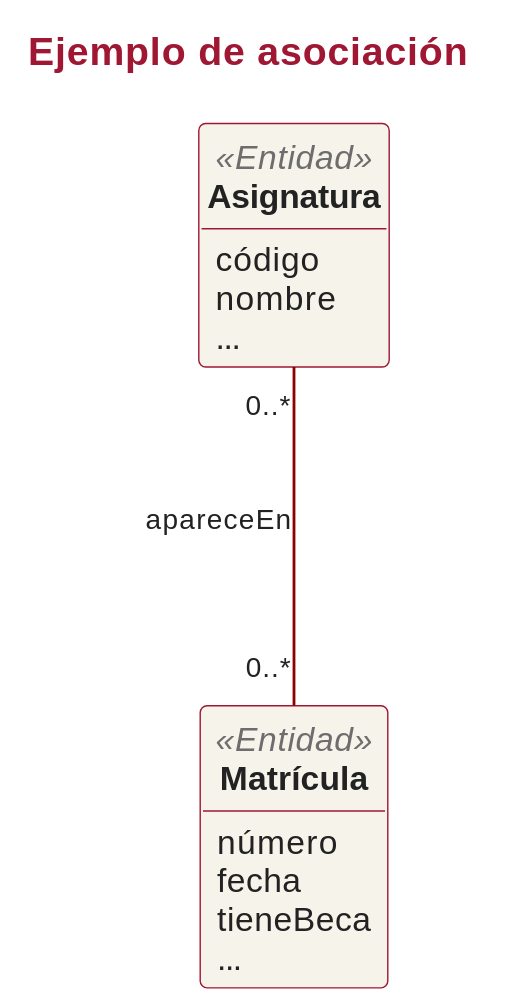
Earlier version of the PlantUML export assets/slides/iissi1/t6-introduccion-al-modelado-conceptual/puml/dc-ejemplo-asociacion.svg (IISSI-US/web).
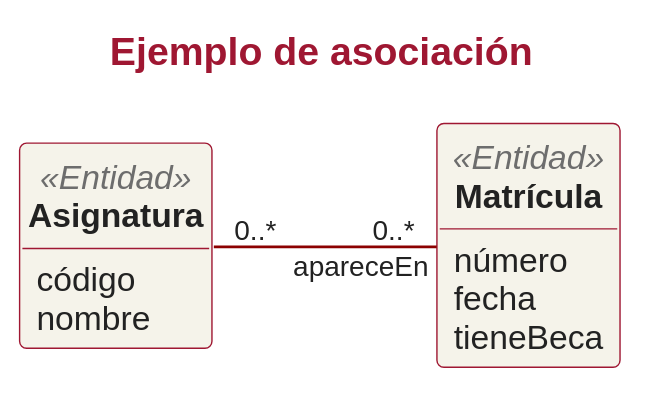
Above is the later version.

What changed in the source:
```diff
@@ -2,8 +2,14 @@
 title Ejemplo de asociación
 !include ../../puml/teoria.iuml
 
-!include Asignatura.iuml
-!include Matricula.iuml
-
-Asignatura "0..*" --- "0..*" Matrícula : apareceEn
+Class Asignatura << Entidad >>{
+código
+nombre
+}
+Class Matrícula << Entidad >>{
+número
+fecha
+tieneBeca
+}
+Asignatura "0..*" -r-- "0..*" Matrícula : apareceEn
 @enduml
```
